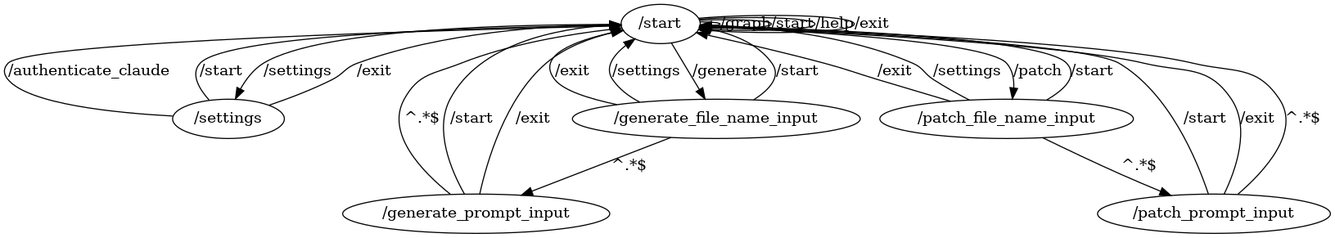
This is flows/morph.png from VasyaLutiy/MorphReborn, a Graphviz export, as it was before one commit. Its source is kept beside it as flows/morph.dot.
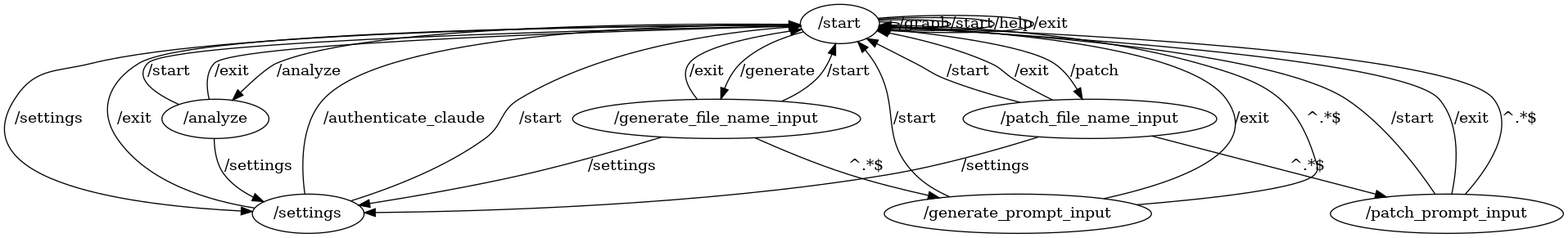
Above is the later version.

Commit message:
- an empty "Analyze" section.

Change to the diagram source:
```diff
@@ -10,7 +10,7 @@
 	"/start" -> "/generate_file_name_input" [label="/generate"]
 	"/generate_file_name_input" -> "/start" [label="/start"]
 	"/generate_file_name_input" -> "/start" [label="/exit"]
-	"/generate_file_name_input" -> "/start" [label="/settings"]
+	"/generate_file_name_input" -> "/settings" [label="/settings"]
 	"/generate_file_name_input" -> "/generate_prompt_input" [label="^.*$"]
 	"/generate_prompt_input" -> "/start" [label="/start"]
 	"/generate_prompt_input" -> "/start" [label="/exit"]
@@ -18,9 +18,13 @@
 	"/start" -> "/patch_file_name_input" [label="/patch"]
 	"/patch_file_name_input" -> "/start" [label="/start"]
 	"/patch_file_name_input" -> "/start" [label="/exit"]
-	"/patch_file_name_input" -> "/start" [label="/settings"]
+	"/patch_file_name_input" -> "/settings" [label="/settings"]
 	"/patch_file_name_input" -> "/patch_prompt_input" [label="^.*$"]
 	"/patch_prompt_input" -> "/start" [label="/start"]
 	"/patch_prompt_input" -> "/start" [label="/exit"]
 	"/patch_prompt_input" -> "/start" [label="^.*$"]
+	"/start" -> "/analyze" [label="/analyze"]
+	"/analyze" -> "/start" [label="/start"]
+	"/analyze" -> "/settings" [label="/settings"]
+	"/analyze" -> "/start" [label="/exit"]
 }
```
